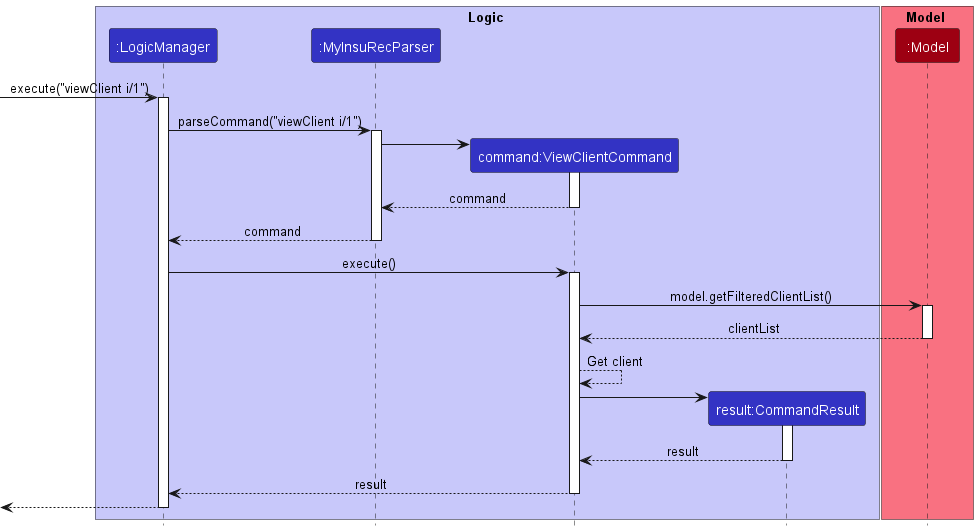
Above: docs/images/ViewClientSequenceDiagram.png in nus-cs2103-AY2223S1/tp (PlantUML), before the change. Its diagram source:
```plantuml
@startuml
!include style.puml

box Logic LOGIC_COLOR_T1
participant ":LogicManager" as LogicManager LOGIC_COLOR
participant ":MyInsuRecParser" as MyInsuRecParser LOGIC_COLOR
participant "command:ViewClientCommand" as ViewClientCommand LOGIC_COLOR
participant "result:CommandResult" as CommandResult LOGIC_COLOR
end box

box Model MODEL_COLOR_T1
participant ":Model" as Model MODEL_COLOR
end box

[-> LogicManager : execute("viewClient i/1")
activate LogicManager

LogicManager -> MyInsuRecParser : parseCommand("viewClient i/1")
activate MyInsuRecParser

create ViewClientCommand
MyInsuRecParser -> ViewClientCommand
activate ViewClientCommand

ViewClientCommand --> MyInsuRecParser : command
deactivate ViewClientCommand

MyInsuRecParser --> LogicManager : command
deactivate MyInsuRecParser

LogicManager -> ViewClientCommand : execute()
activate ViewClientCommand

ViewClientCommand -> Model : model.getFilteredClientList()
activate Model

Model --> ViewClientCommand : clientList
deactivate Model

ViewClientCommand --> ViewClientCommand : Get client

create CommandResult
ViewClientCommand -> CommandResult
activate CommandResult

CommandResult --> ViewClientCommand : result
deactivate CommandResult

ViewClientCommand --> LogicManager : result
deactivate ViewClientCommand

[<--LogicManager
deactivate LogicManager
@enduml
```
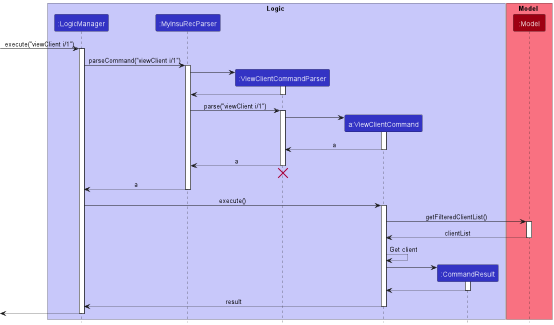
The same file after the commit.

Change to the diagram source:
```diff
@@ -4,8 +4,9 @@
 box Logic LOGIC_COLOR_T1
 participant ":LogicManager" as LogicManager LOGIC_COLOR
 participant ":MyInsuRecParser" as MyInsuRecParser LOGIC_COLOR
-participant "command:ViewClientCommand" as ViewClientCommand LOGIC_COLOR
-participant "result:CommandResult" as CommandResult LOGIC_COLOR
+participant ":ViewClientCommandParser" as ViewClientCommandParser LOGIC_COLOR
+participant "a:ViewClientCommand" as ViewClientCommand LOGIC_COLOR
+participant ":CommandResult" as CommandResult LOGIC_COLOR
 end box
 
 box Model MODEL_COLOR_T1
@@ -18,20 +19,35 @@
 LogicManager -> MyInsuRecParser : parseCommand("viewClient i/1")
 activate MyInsuRecParser
 
+create ViewClientCommandParser
+MyInsuRecParser -> ViewClientCommandParser
+activate ViewClientCommandParser
+
+ViewClientCommandParser --> MyInsuRecParser
+deactivate ViewClientCommandParser
+
+MyInsuRecParser -> ViewClientCommandParser : parse("viewClient i/1")
+activate ViewClientCommandParser
+
 create ViewClientCommand
-MyInsuRecParser -> ViewClientCommand
+ViewClientCommandParser -> ViewClientCommand
 activate ViewClientCommand
 
-ViewClientCommand --> MyInsuRecParser : command
+ViewClientCommand --> ViewClientCommandParser : a
 deactivate ViewClientCommand
 
-MyInsuRecParser --> LogicManager : command
+ViewClientCommandParser --> MyInsuRecParser : a
+deactivate ViewClientCommandParser
+ViewClientCommandParser -[hidden]-> MyInsuRecParser
+destroy ViewClientCommandParser
+
+MyInsuRecParser --> LogicManager : a
 deactivate MyInsuRecParser
 
 LogicManager -> ViewClientCommand : execute()
 activate ViewClientCommand
 
-ViewClientCommand -> Model : model.getFilteredClientList()
+ViewClientCommand -> Model : getFilteredClientList()
 activate Model
 
 Model --> ViewClientCommand : clientList
@@ -43,7 +59,7 @@
 ViewClientCommand -> CommandResult
 activate CommandResult
 
-CommandResult --> ViewClientCommand : result
+CommandResult --> ViewClientCommand
 deactivate CommandResult
 
 ViewClientCommand --> LogicManager : result
```
